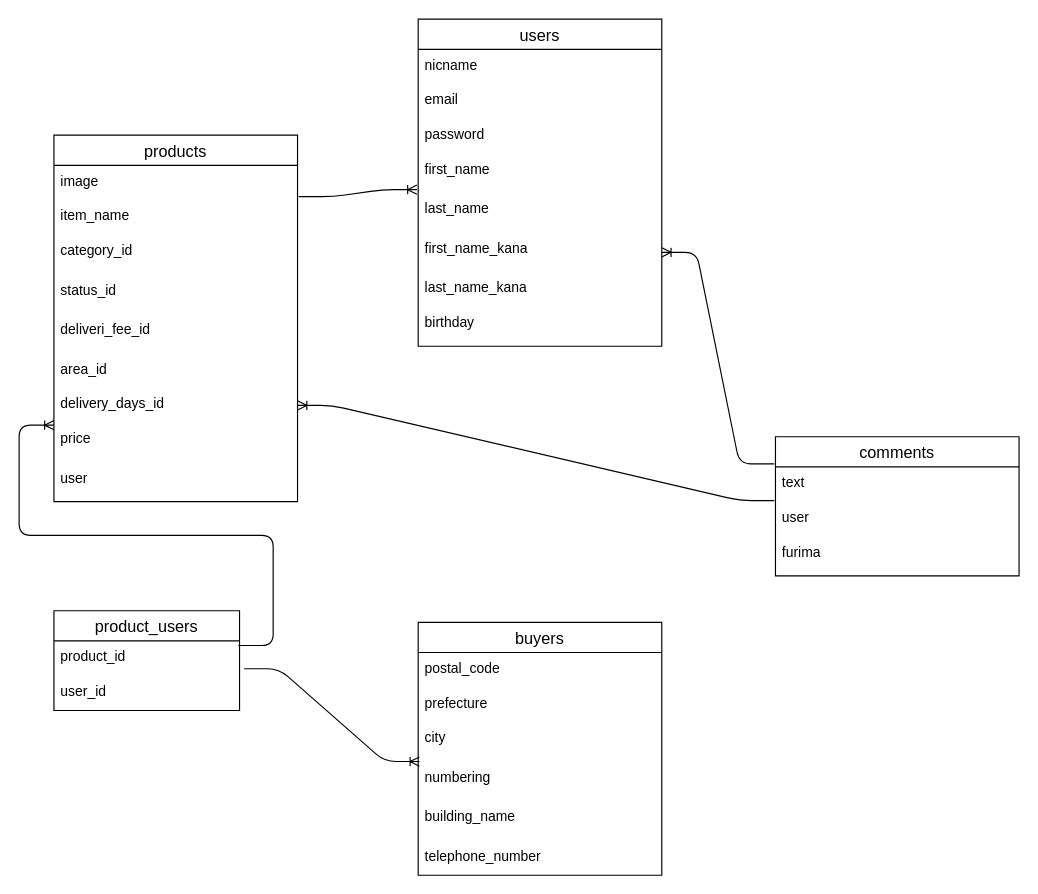
kurimaru2000/furima-34822 keeps this draw.io diagram as ER.dio. Above is the earlier version. Source tidied: cells renumbered, new cells numbered last; positions are measured from the earlier drawing's top-left corner, leaving out a move shared by most shapes. Both pictures are drawn from the tidied source at 116%, with x=0, y=0 at pixel (53, 19).
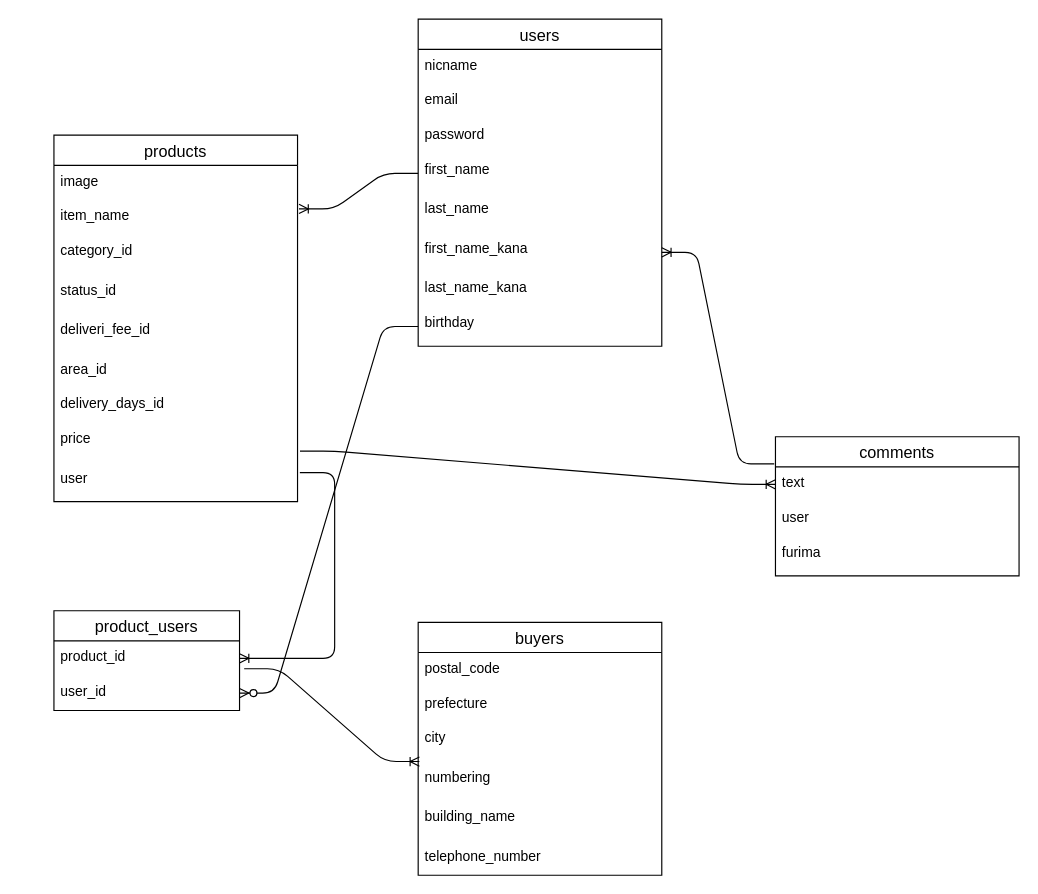
After the change.

Commit message (it also covers changes not shown here):
データベース設計訂正4

The change refers to these unchanged cells:
```xml
<mxCell id="6" value="first_name&#10;" style="text;strokeColor=none;fillColor=none;spacingLeft=4;spacingRight=4;overflow=hidden;points=[[0,0.5],[1,0.5]];portConstraint=eastwest;fontSize=12;" parent="2" vertex="1">
  <mxGeometry y="116" width="210" height="34" as="geometry" />
</mxCell>
<mxCell id="7" value="last_name&#10;&#10;&#10;" style="text;strokeColor=none;fillColor=none;spacingLeft=4;spacingRight=4;overflow=hidden;points=[[0,0.5],[1,0.5]];portConstraint=eastwest;fontSize=12;" parent="2" vertex="1">
  <mxGeometry y="150" width="210" height="34" as="geometry" />
</mxCell>
<mxCell id="10" value="birthday" style="text;strokeColor=none;fillColor=none;spacingLeft=4;spacingRight=4;overflow=hidden;points=[[0,0.5],[1,0.5]];portConstraint=eastwest;fontSize=12;" parent="2" vertex="1">
  <mxGeometry y="248" width="210" height="34" as="geometry" />
</mxCell>
<mxCell id="13" value="item_name" style="text;strokeColor=none;fillColor=none;spacingLeft=4;spacingRight=4;overflow=hidden;points=[[0,0.5],[1,0.5]];portConstraint=eastwest;fontSize=12;" parent="11" vertex="1">
  <mxGeometry y="56" width="210" height="30" as="geometry" />
</mxCell>
<mxCell id="18" value="delivery_days_id" style="text;strokeColor=none;fillColor=none;spacingLeft=4;spacingRight=4;overflow=hidden;points=[[0,0.5],[1,0.5]];portConstraint=eastwest;fontSize=12;" parent="11" vertex="1">
  <mxGeometry y="218" width="210" height="30" as="geometry" />
</mxCell>
<mxCell id="19" value="price" style="text;strokeColor=none;fillColor=none;spacingLeft=4;spacingRight=4;overflow=hidden;points=[[0,0.5],[1,0.5]];portConstraint=eastwest;fontSize=12;" parent="11" vertex="1">
  <mxGeometry y="248" width="210" height="34" as="geometry" />
</mxCell>
<mxCell id="22" value="text" style="text;strokeColor=none;fillColor=none;spacingLeft=4;spacingRight=4;overflow=hidden;points=[[0,0.5],[1,0.5]];portConstraint=eastwest;fontSize=12;" parent="21" vertex="1">
  <mxGeometry y="26" width="210" height="30" as="geometry" />
</mxCell>
<mxCell id="23" value="user" style="text;strokeColor=none;fillColor=none;spacingLeft=4;spacingRight=4;overflow=hidden;points=[[0,0.5],[1,0.5]];portConstraint=eastwest;fontSize=12;" parent="21" vertex="1">
  <mxGeometry y="56" width="210" height="30" as="geometry" />
</mxCell>
<mxCell id="37" value="product_id" style="text;strokeColor=none;fillColor=none;spacingLeft=4;spacingRight=4;overflow=hidden;points=[[0,0.5],[1,0.5]];portConstraint=eastwest;fontSize=12;" parent="36" vertex="1">
  <mxGeometry y="26" width="160" height="30" as="geometry" />
</mxCell>
<mxCell id="38" value="user_id" style="text;strokeColor=none;fillColor=none;spacingLeft=4;spacingRight=4;overflow=hidden;points=[[0,0.5],[1,0.5]];portConstraint=eastwest;fontSize=12;" parent="36" vertex="1">
  <mxGeometry y="56" width="160" height="30" as="geometry" />
</mxCell>
```

Diff of the diagram source:
```diff
@@
-    <mxCell id="25" style="edgeStyle=entityRelationEdgeStyle;fontSize=12;html=1;endArrow=ERoneToMany;entryX=-0.005;entryY=-0.088;entryDx=0;entryDy=0;entryPerimeter=0;exitX=1.005;exitY=-0.1;exitDx=0;exitDy=0;exitPerimeter=0;" parent="1" edge="1" source="13" target="7">
+    <mxCell id="25" style="edgeStyle=entityRelationEdgeStyle;fontSize=12;html=1;endArrow=ERoneToMany;entryX=1.006;entryY=0.254;entryDx=0;entryDy=0;entryPerimeter=0;exitX=0;exitY=0.5;exitDx=0;exitDy=0;" parent="1" edge="1" source="6" target="13">
       <mxGeometry relative="1" as="geometry" />
     </mxCell>
@@
-    <mxCell id="27" style="edgeStyle=entityRelationEdgeStyle;fontSize=12;html=1;endArrow=ERoneToMany;exitX=-0.005;exitY=-0.033;exitDx=0;exitDy=0;exitPerimeter=0;" parent="1" edge="1" source="23" target="18">
+    <mxCell id="27" style="edgeStyle=entityRelationEdgeStyle;fontSize=12;html=1;endArrow=ERoneToMany;exitX=1.01;exitY=0.718;exitDx=0;exitDy=0;exitPerimeter=0;" parent="1" edge="1" source="19" target="22">
       <mxGeometry relative="1" as="geometry" />
     </mxCell>
@@
-    <mxCell id="39" style="edgeStyle=entityRelationEdgeStyle;fontSize=12;html=1;endArrow=ERoneToMany;" parent="1" edge="1">
+    <mxCell id="39" style="edgeStyle=entityRelationEdgeStyle;fontSize=12;html=1;endArrow=ERoneToMany;" parent="1" edge="1" target="37">
       <mxGeometry relative="1" as="geometry">
-        <mxPoint x="159" y="540" as="sourcePoint" />
-        <mxPoint y="350" as="targetPoint" />
+        <mxPoint x="212" y="391" as="sourcePoint" />
       </mxGeometry>
     </mxCell>
+    <mxCell id="40" style="edgeStyle=entityRelationEdgeStyle;fontSize=12;html=1;endArrow=ERzeroToMany;endFill=1;exitX=0;exitY=0.5;exitDx=0;exitDy=0;entryX=1;entryY=0.5;entryDx=0;entryDy=0;" parent="1" edge="1" source="10" target="38">
+      <mxGeometry relative="1" as="geometry" />
+    </mxCell>
```
